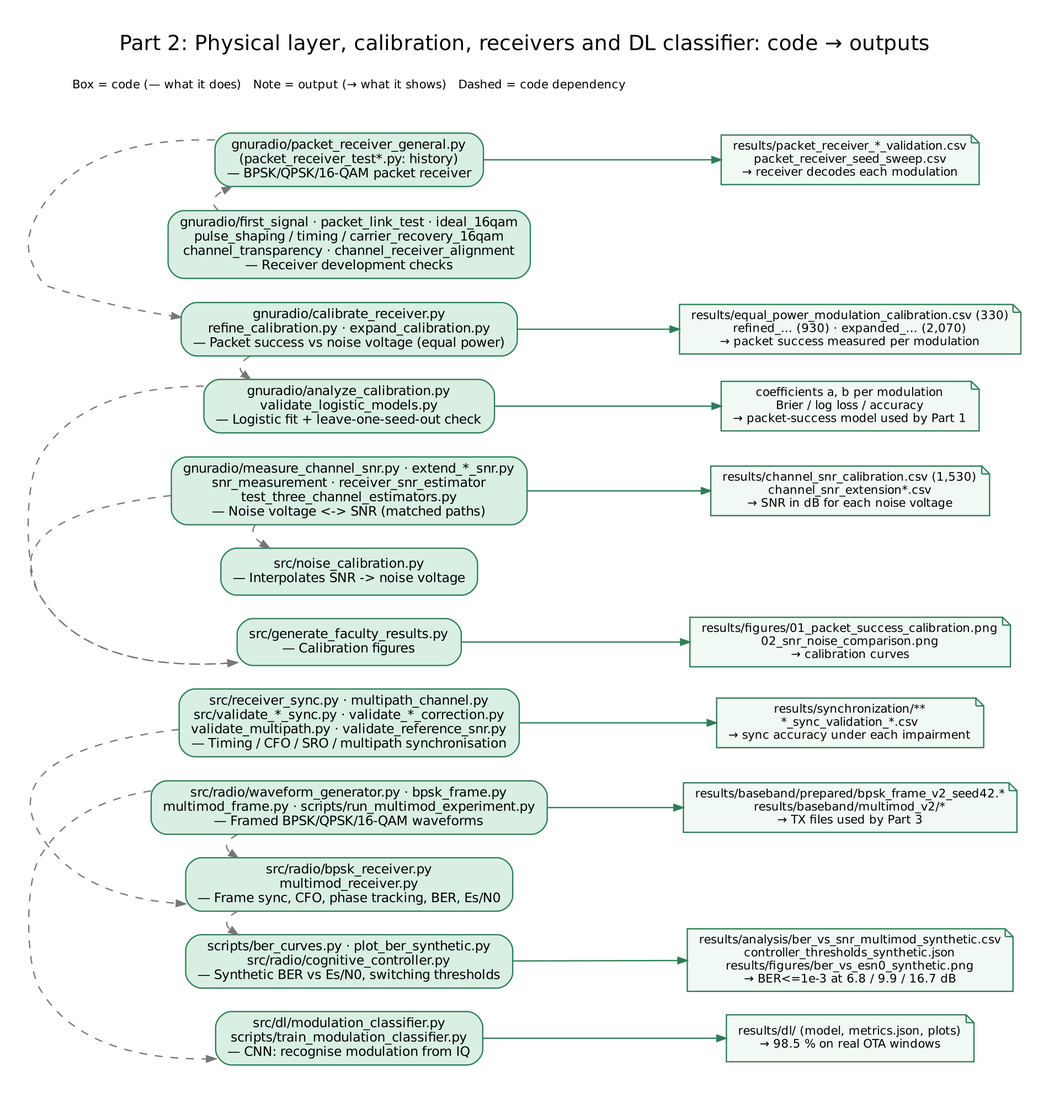
The Graphviz diagram docs/flowcharts/03_code_map_part2.png in Aadiii21/cognitive-radio, before a commit. Its source is kept beside it as docs/flowcharts/03_code_map_part2.dot.
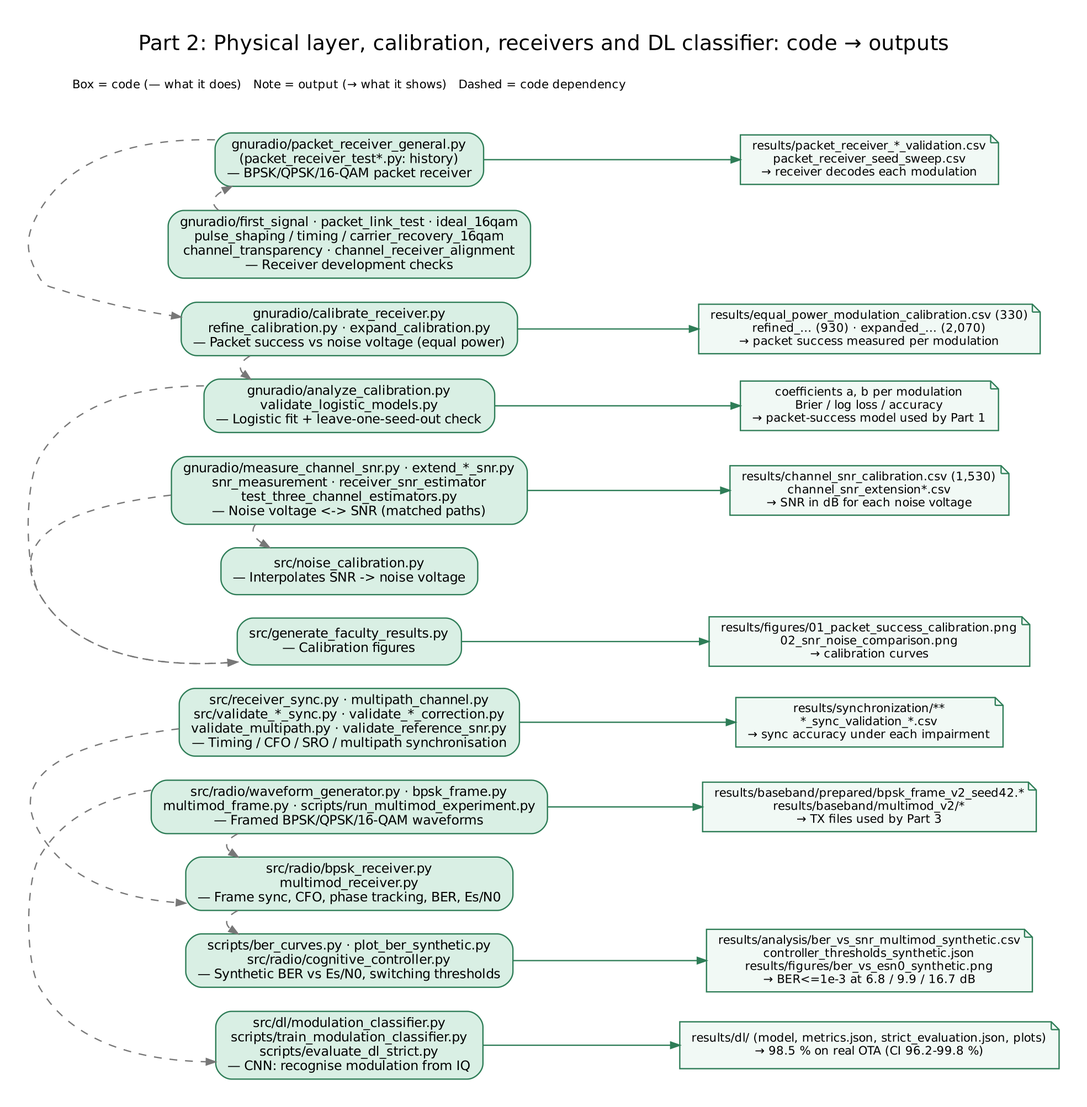
After the commit.

What changed in the source:
```diff
@@ -30,8 +30,8 @@
   ber [shape=box, style="rounded,filled", fillcolor="#D9EFE4", color="#2E7D57", label="scripts/ber_curves.py · plot_ber_synthetic.py\nsrc/radio/cognitive_controller.py\n— Synthetic BER vs Es/N0, switching thresholds"];
   ber_o0 [shape=note, style=filled, fillcolor="#F1F9F5", color="#2E7D57", fontsize=9, label="results/analysis/ber_vs_snr_multimod_synthetic.csv\ncontroller_thresholds_synthetic.json\nresults/figures/ber_vs_esn0_synthetic.png\n→ BER<=1e-3 at 6.8 / 9.9 / 16.7 dB"];
   ber -> ber_o0 [color="#2E7D57"];
-  dl [shape=box, style="rounded,filled", fillcolor="#D9EFE4", color="#2E7D57", label="src/dl/modulation_classifier.py\nscripts/train_modulation_classifier.py\n— CNN: recognise modulation from IQ"];
-  dl_o0 [shape=note, style=filled, fillcolor="#F1F9F5", color="#2E7D57", fontsize=9, label="results/dl/ (model, metrics.json, plots)\n→ 98.5 % on real OTA windows"];
+  dl [shape=box, style="rounded,filled", fillcolor="#D9EFE4", color="#2E7D57", label="src/dl/modulation_classifier.py\nscripts/train_modulation_classifier.py\nscripts/evaluate_dl_strict.py\n— CNN: recognise modulation from IQ"];
+  dl_o0 [shape=note, style=filled, fillcolor="#F1F9F5", color="#2E7D57", fontsize=9, label="results/dl/ (model, metrics.json, strict_evaluation.json, plots)\n→ 98.5 % on real OTA (CI 96.2-99.8 %)"];
   dl -> dl_o0 [color="#2E7D57"];
   { rank=same; prx; dev; calib; logit; snr; ncal; fac; sync; wave; rx; ber; dl; }
   prx -> dev [style=invis];
```
